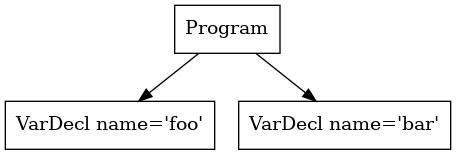
This is p2-parser/tree.png from dada1802/cs432-project, a Graphviz export, as it was before one commit. Its source is kept beside it as p2-parser/tree.dot. Its diagram source:
```dot
digraph AST {
1 [shape=box, label="VarDecl name='foo'"];
2 [shape=box, label="VarDecl name='bar'"];
0 [shape=box, label="Program"];
0 -> 1;
0 -> 2;
}
```
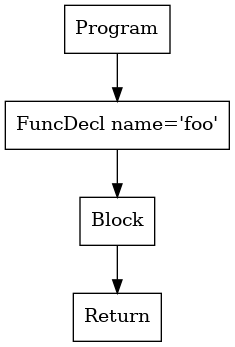
The same diagram one commit later.

What changed in the source:
```diff
@@ -1,7 +1,9 @@
 digraph AST {
-1 [shape=box, label="VarDecl name='foo'"];
-2 [shape=box, label="VarDecl name='bar'"];
+3 [shape=box, label="Return"];
+2 [shape=box, label="Block"];
+2 -> 3;
+1 [shape=box, label="FuncDecl name='foo'"];
+1 -> 2;
 0 [shape=box, label="Program"];
 0 -> 1;
-0 -> 2;
 }
```
